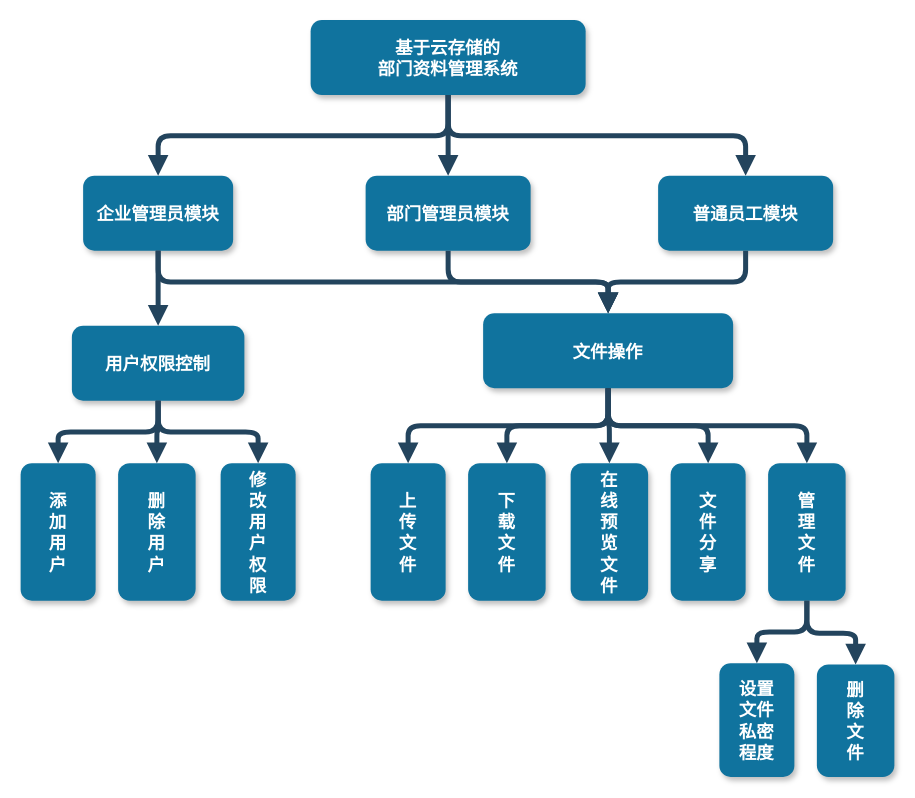
ppp-203/ppp-203 keeps this draw.io diagram as Untitled Diagram.drawio. Above is the earlier version. Source tidied: cells renumbered, new cells numbered last; positions are measured from the earlier drawing's top-left corner, leaving out a move shared by most shapes. Both pictures are drawn from the tidied source at 125%, with x=0, y=0 at pixel (20, 20).
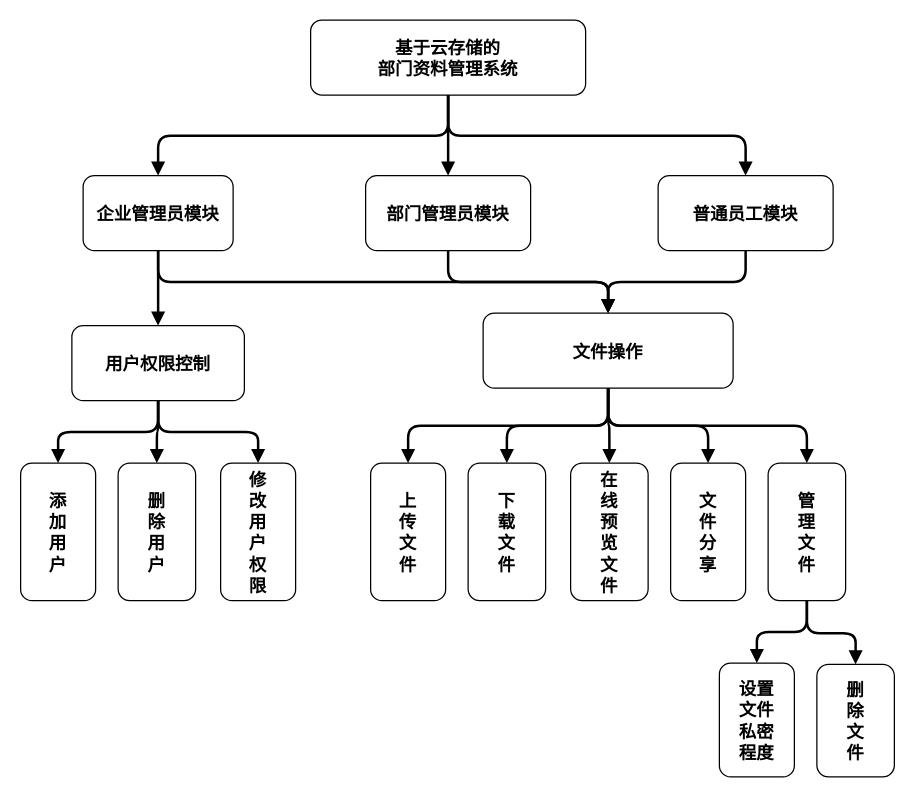
Above is the later version.

Change to the diagram source:
```diff
@@
+    <mxCell id="3" value="企业管理员模块" style="rounded=1;fillColor=#FFFFFF;strokeColor=#000000;shadow=0;gradientColor=none;fontStyle=1;fontColor=#000000;fontSize=14;" parent="1" vertex="1">
+      <mxGeometry x="50" y="124" width="120" height="60" as="geometry" />
+    </mxCell>
-    <mxCell id="2" value="基于云存储的&#10;部门资料管理系统" style="rounded=1;fillColor=#10739E;strokeColor=none;shadow=1;gradientColor=none;fontStyle=1;fontColor=#FFFFFF;fontSize=14;" parent="1" vertex="1">
+    <mxCell id="2" value="基于云存储的&#10;部门资料管理系统" style="rounded=1;fillColor=#FFFFFF;strokeColor=#000000;shadow=0;gradientColor=none;fontStyle=1;fontColor=#000000;fontSize=14;" parent="1" vertex="1">
       <mxGeometry x="232" y="-0.5" width="220" height="60" as="geometry" />
     </mxCell>
-    <mxCell id="3" value="企业管理员模块" style="rounded=1;fillColor=#10739E;strokeColor=none;shadow=1;gradientColor=none;fontStyle=1;fontColor=#FFFFFF;fontSize=14;" parent="1" vertex="1">
-      <mxGeometry x="50" y="124" width="120" height="60" as="geometry" />
-    </mxCell>
-    <mxCell id="4" value="部门管理员模块" style="rounded=1;fillColor=#10739E;strokeColor=none;shadow=1;gradientColor=none;fontStyle=1;fontColor=#FFFFFF;fontSize=14;" parent="1" vertex="1">
+    <mxCell id="4" value="部门管理员模块" style="rounded=1;fillColor=#FFFFFF;strokeColor=#000000;shadow=0;gradientColor=none;fontStyle=1;fontColor=#000000;fontSize=14;" parent="1" vertex="1">
       <mxGeometry x="276" y="124" width="132" height="60" as="geometry" />
     </mxCell>
-    <mxCell id="5" value="普通员工模块" style="rounded=1;fillColor=#10739E;strokeColor=none;shadow=1;gradientColor=none;fontStyle=1;fontColor=#FFFFFF;fontSize=14;" parent="1" vertex="1">
+    <mxCell id="5" value="普通员工模块" style="rounded=1;fillColor=#FFFFFF;strokeColor=#000000;shadow=0;gradientColor=none;fontStyle=1;fontColor=#000000;fontSize=14;" parent="1" vertex="1">
       <mxGeometry x="510" y="124" width="140" height="60" as="geometry" />
     </mxCell>
-    <mxCell id="6" value="用户权限控制" style="rounded=1;fillColor=#10739E;strokeColor=none;shadow=1;gradientColor=none;fontStyle=1;fontColor=#FFFFFF;fontSize=14;" parent="1" vertex="1">
+    <mxCell id="6" value="用户权限控制" style="rounded=1;fillColor=#FFFFFF;strokeColor=#000000;shadow=0;gradientColor=none;fontStyle=1;fontColor=#000000;fontSize=14;" parent="1" vertex="1">
       <mxGeometry x="41" y="244" width="138" height="60" as="geometry" />
     </mxCell>
-    <mxCell id="7" value="添&#10;加&#10;用&#10;户" style="rounded=1;fillColor=#10739E;strokeColor=none;shadow=1;gradientColor=none;fontStyle=1;fontColor=#FFFFFF;fontSize=14;" parent="1" vertex="1">
+    <mxCell id="7" value="添&#10;加&#10;用&#10;户" style="rounded=1;fillColor=#FFFFFF;strokeColor=#000000;shadow=0;gradientColor=none;fontStyle=1;fontColor=#000000;fontSize=14;" parent="1" vertex="1">
       <mxGeometry y="354" width="60" height="110" as="geometry" />
     </mxCell>
-    <mxCell id="8" value="删&#10;除&#10;用&#10;户" style="rounded=1;fillColor=#10739E;strokeColor=none;shadow=1;gradientColor=none;fontStyle=1;fontColor=#FFFFFF;fontSize=14;" parent="1" vertex="1">
+    <mxCell id="8" value="删&#10;除&#10;用&#10;户" style="rounded=1;fillColor=#FFFFFF;strokeColor=#000000;shadow=0;gradientColor=none;fontStyle=1;fontColor=#000000;fontSize=14;" parent="1" vertex="1">
       <mxGeometry x="78" y="354" width="62" height="110" as="geometry" />
     </mxCell>
-    <mxCell id="9" value="文件操作" style="rounded=1;fillColor=#10739E;strokeColor=none;shadow=1;gradientColor=none;fontStyle=1;fontColor=#FFFFFF;fontSize=14;" parent="1" vertex="1">
+    <mxCell id="9" value="文件操作" style="rounded=1;fillColor=#FFFFFF;strokeColor=#000000;shadow=0;gradientColor=none;fontStyle=1;fontColor=#000000;fontSize=14;" parent="1" vertex="1">
       <mxGeometry x="370" y="234" width="200" height="60" as="geometry" />
     </mxCell>
-    <mxCell id="10" style="edgeStyle=elbowEdgeStyle;elbow=vertical;strokeWidth=4;endArrow=block;endFill=1;fontStyle=1;strokeColor=#23445D;" parent="1" edge="1" source="2" target="4">
+    <mxCell id="10" style="edgeStyle=elbowEdgeStyle;elbow=vertical;strokeWidth=2;endArrow=block;endFill=1;fontStyle=1;strokeColor=#000000;shadow=0;fillColor=#FFFFFF;fontColor=#000000;" parent="1" edge="1" source="2" target="4">
       <mxGeometry x="22" y="165.5" as="geometry" />
     </mxCell>
-    <mxCell id="11" style="edgeStyle=elbowEdgeStyle;elbow=vertical;strokeWidth=4;endArrow=block;endFill=1;fontStyle=1;strokeColor=#23445D;" parent="1" edge="1" source="2" target="3">
+    <mxCell id="11" style="edgeStyle=elbowEdgeStyle;elbow=vertical;strokeWidth=2;endArrow=block;endFill=1;fontStyle=1;strokeColor=#000000;shadow=0;fillColor=#FFFFFF;fontColor=#000000;" parent="1" edge="1" source="2" target="3">
       <mxGeometry x="22" y="165.5" as="geometry" />
     </mxCell>
-    <mxCell id="12" style="edgeStyle=elbowEdgeStyle;elbow=vertical;strokeWidth=4;endArrow=block;endFill=1;fontStyle=1;strokeColor=#23445D;" parent="1" edge="1" source="2" target="5">
+    <mxCell id="12" style="edgeStyle=elbowEdgeStyle;elbow=vertical;strokeWidth=2;endArrow=block;endFill=1;fontStyle=1;strokeColor=#000000;shadow=0;fillColor=#FFFFFF;fontColor=#000000;" parent="1" edge="1" source="2" target="5">
       <mxGeometry x="22" y="165.5" as="geometry" />
     </mxCell>
-    <mxCell id="13" style="edgeStyle=elbowEdgeStyle;elbow=vertical;strokeWidth=4;endArrow=block;endFill=1;fontStyle=1;strokeColor=#23445D;exitX=0.5;exitY=1;exitDx=0;exitDy=0;entryX=0.5;entryY=0;entryDx=0;entryDy=0;" parent="1" edge="1" source="3" target="6">
+    <mxCell id="13" style="edgeStyle=elbowEdgeStyle;elbow=vertical;strokeWidth=2;endArrow=block;endFill=1;fontStyle=1;strokeColor=#000000;exitX=0.5;exitY=1;exitDx=0;exitDy=0;entryX=0.5;entryY=0;entryDx=0;entryDy=0;shadow=0;fillColor=#FFFFFF;fontColor=#000000;" parent="1" edge="1" source="3" target="6">
       <mxGeometry x="22" y="165.5" as="geometry">
         <Array as="points">
           <mxPoint x="80" y="204" />
         </Array>
       </mxGeometry>
     </mxCell>
-    <mxCell id="14" style="edgeStyle=elbowEdgeStyle;elbow=vertical;strokeWidth=4;endArrow=block;endFill=1;fontStyle=1;strokeColor=#23445D;" parent="1" edge="1" source="6" target="7">
+    <mxCell id="14" style="edgeStyle=elbowEdgeStyle;elbow=vertical;strokeWidth=2;endArrow=block;endFill=1;fontStyle=1;strokeColor=#000000;shadow=0;fillColor=#FFFFFF;fontColor=#000000;" parent="1" edge="1" source="6" target="7">
       <mxGeometry x="223" y="160" as="geometry" />
     </mxCell>
-    <mxCell id="15" style="edgeStyle=elbowEdgeStyle;elbow=vertical;strokeWidth=4;endArrow=block;endFill=1;fontStyle=1;strokeColor=#23445D;exitX=0.5;exitY=1;exitDx=0;exitDy=0;" parent="1" edge="1" source="6" target="8">
+    <mxCell id="15" style="edgeStyle=elbowEdgeStyle;elbow=vertical;strokeWidth=2;endArrow=block;endFill=1;fontStyle=1;strokeColor=#000000;exitX=0.5;exitY=1;exitDx=0;exitDy=0;shadow=0;fillColor=#FFFFFF;fontColor=#000000;" parent="1" edge="1" source="6" target="8">
       <mxGeometry x="223" y="170" as="geometry" />
     </mxCell>
-    <mxCell id="16" value="修&#10;改&#10;用&#10;户&#10;权&#10;限" style="rounded=1;fillColor=#10739E;strokeColor=none;shadow=1;gradientColor=none;fontStyle=1;fontColor=#FFFFFF;fontSize=14;" parent="1" vertex="1">
+    <mxCell id="16" value="修&#10;改&#10;用&#10;户&#10;权&#10;限" style="rounded=1;fillColor=#FFFFFF;strokeColor=#000000;shadow=0;gradientColor=none;fontStyle=1;fontColor=#000000;fontSize=14;" parent="1" vertex="1">
       <mxGeometry x="160" y="354" width="60" height="110" as="geometry" />
     </mxCell>
-    <mxCell id="17" style="edgeStyle=elbowEdgeStyle;elbow=vertical;strokeWidth=4;endArrow=block;endFill=1;fontStyle=1;strokeColor=#23445D;exitX=0.5;exitY=1;exitDx=0;exitDy=0;entryX=0.5;entryY=0;entryDx=0;entryDy=0;" parent="1" edge="1" source="6" target="16">
+    <mxCell id="17" style="edgeStyle=elbowEdgeStyle;elbow=vertical;strokeWidth=2;endArrow=block;endFill=1;fontStyle=1;strokeColor=#000000;exitX=0.5;exitY=1;exitDx=0;exitDy=0;entryX=0.5;entryY=0;entryDx=0;entryDy=0;shadow=0;fillColor=#FFFFFF;fontColor=#000000;" parent="1" edge="1" source="6" target="16">
       <mxGeometry x="233" y="180" as="geometry" />
     </mxCell>
-    <mxCell id="18" style="edgeStyle=elbowEdgeStyle;elbow=vertical;strokeWidth=4;endArrow=block;endFill=1;fontStyle=1;strokeColor=#23445D;exitX=0.5;exitY=1;exitDx=0;exitDy=0;entryX=0.5;entryY=0;entryDx=0;entryDy=0;" parent="1" edge="1" source="4" target="9">
+    <mxCell id="18" style="edgeStyle=elbowEdgeStyle;elbow=vertical;strokeWidth=2;endArrow=block;endFill=1;fontStyle=1;strokeColor=#000000;exitX=0.5;exitY=1;exitDx=0;exitDy=0;entryX=0.5;entryY=0;entryDx=0;entryDy=0;shadow=0;fillColor=#FFFFFF;fontColor=#000000;" parent="1" edge="1" source="4" target="9">
       <mxGeometry x="20" y="290" as="geometry" />
     </mxCell>
-    <mxCell id="19" value="上&#10;传&#10;文&#10;件" style="rounded=1;fillColor=#10739E;strokeColor=none;shadow=1;gradientColor=none;fontStyle=1;fontColor=#FFFFFF;fontSize=14;" parent="1" vertex="1">
+    <mxCell id="19" value="上&#10;传&#10;文&#10;件" style="rounded=1;fillColor=#FFFFFF;strokeColor=#000000;shadow=0;gradientColor=none;fontStyle=1;fontColor=#000000;fontSize=14;" parent="1" vertex="1">
       <mxGeometry x="280" y="354" width="60" height="110" as="geometry" />
     </mxCell>
-    <mxCell id="20" value="下&#10;载&#10;文&#10;件" style="rounded=1;fillColor=#10739E;strokeColor=none;shadow=1;gradientColor=none;fontStyle=1;fontColor=#FFFFFF;fontSize=14;" parent="1" vertex="1">
+    <mxCell id="20" value="下&#10;载&#10;文&#10;件" style="rounded=1;fillColor=#FFFFFF;strokeColor=#000000;shadow=0;gradientColor=none;fontStyle=1;fontColor=#000000;fontSize=14;" parent="1" vertex="1">
       <mxGeometry x="358" y="354" width="62" height="110" as="geometry" />
     </mxCell>
-    <mxCell id="21" style="edgeStyle=elbowEdgeStyle;elbow=vertical;strokeWidth=4;endArrow=block;endFill=1;fontStyle=1;strokeColor=#23445D;exitX=0.5;exitY=1;exitDx=0;exitDy=0;" parent="1" edge="1" source="9" target="19">
+    <mxCell id="21" style="edgeStyle=elbowEdgeStyle;elbow=vertical;strokeWidth=2;endArrow=block;endFill=1;fontStyle=1;strokeColor=#000000;exitX=0.5;exitY=1;exitDx=0;exitDy=0;shadow=0;fillColor=#FFFFFF;fontColor=#000000;" parent="1" edge="1" source="9" target="19">
       <mxGeometry x="472" y="170" as="geometry" />
     </mxCell>
-    <mxCell id="22" style="edgeStyle=elbowEdgeStyle;elbow=vertical;strokeWidth=4;endArrow=block;endFill=1;fontStyle=1;strokeColor=#23445D;exitX=0.5;exitY=1;exitDx=0;exitDy=0;" parent="1" edge="1" source="9" target="20">
+    <mxCell id="22" style="edgeStyle=elbowEdgeStyle;elbow=vertical;strokeWidth=2;endArrow=block;endFill=1;fontStyle=1;strokeColor=#000000;exitX=0.5;exitY=1;exitDx=0;exitDy=0;shadow=0;fillColor=#FFFFFF;fontColor=#000000;" parent="1" edge="1" source="9" target="20">
       <mxGeometry x="472" y="180" as="geometry" />
     </mxCell>
-    <mxCell id="23" value="在&#10;线&#10;预&#10;览&#10;文&#10;件" style="rounded=1;fillColor=#10739E;strokeColor=none;shadow=1;gradientColor=none;fontStyle=1;fontColor=#FFFFFF;fontSize=14;" parent="1" vertex="1">
+    <mxCell id="23" value="在&#10;线&#10;预&#10;览&#10;文&#10;件" style="rounded=1;fillColor=#FFFFFF;strokeColor=#000000;shadow=0;gradientColor=none;fontStyle=1;fontColor=#000000;fontSize=14;" parent="1" vertex="1">
       <mxGeometry x="440" y="354" width="62" height="110" as="geometry" />
     </mxCell>
-    <mxCell id="24" style="edgeStyle=elbowEdgeStyle;elbow=vertical;strokeWidth=4;endArrow=block;endFill=1;fontStyle=1;strokeColor=#23445D;exitX=0.5;exitY=1;exitDx=0;exitDy=0;entryX=0.5;entryY=0;entryDx=0;entryDy=0;" parent="1" edge="1" source="9" target="23">
+    <mxCell id="24" style="edgeStyle=elbowEdgeStyle;elbow=vertical;strokeWidth=2;endArrow=block;endFill=1;fontStyle=1;strokeColor=#000000;exitX=0.5;exitY=1;exitDx=0;exitDy=0;entryX=0.5;entryY=0;entryDx=0;entryDy=0;shadow=0;fillColor=#FFFFFF;fontColor=#000000;" parent="1" edge="1" source="9" target="23">
       <mxGeometry x="482" y="190" as="geometry" />
     </mxCell>
-    <mxCell id="25" value="文&#10;件&#10;分&#10;享" style="rounded=1;fillColor=#10739E;strokeColor=none;shadow=1;gradientColor=none;fontStyle=1;fontColor=#FFFFFF;fontSize=14;" parent="1" vertex="1">
+    <mxCell id="25" value="文&#10;件&#10;分&#10;享" style="rounded=1;fillColor=#FFFFFF;strokeColor=#000000;shadow=0;gradientColor=none;fontStyle=1;fontColor=#000000;fontSize=14;" parent="1" vertex="1">
       <mxGeometry x="520" y="354" width="60" height="110" as="geometry" />
     </mxCell>
-    <mxCell id="26" value="管&#10;理&#10;文&#10;件" style="rounded=1;fillColor=#10739E;strokeColor=none;shadow=1;gradientColor=none;fontStyle=1;fontColor=#FFFFFF;fontSize=14;" parent="1" vertex="1">
+    <mxCell id="26" value="管&#10;理&#10;文&#10;件" style="rounded=1;fillColor=#FFFFFF;strokeColor=#000000;shadow=0;gradientColor=none;fontStyle=1;fontColor=#000000;fontSize=14;" parent="1" vertex="1">
       <mxGeometry x="598" y="354" width="62" height="110" as="geometry" />
     </mxCell>
-    <mxCell id="27" style="edgeStyle=elbowEdgeStyle;elbow=vertical;strokeWidth=4;endArrow=block;endFill=1;fontStyle=1;strokeColor=#23445D;exitX=0.5;exitY=1;exitDx=0;exitDy=0;" parent="1" edge="1" source="9" target="25">
+    <mxCell id="27" style="edgeStyle=elbowEdgeStyle;elbow=vertical;strokeWidth=2;endArrow=block;endFill=1;fontStyle=1;strokeColor=#000000;exitX=0.5;exitY=1;exitDx=0;exitDy=0;shadow=0;fillColor=#FFFFFF;fontColor=#000000;" parent="1" edge="1" source="9" target="25">
       <mxGeometry x="712" y="170" as="geometry" />
     </mxCell>
-    <mxCell id="28" style="edgeStyle=elbowEdgeStyle;elbow=vertical;strokeWidth=4;endArrow=block;endFill=1;fontStyle=1;strokeColor=#23445D;exitX=0.5;exitY=1;exitDx=0;exitDy=0;" parent="1" edge="1" source="9" target="26">
+    <mxCell id="28" style="edgeStyle=elbowEdgeStyle;elbow=vertical;strokeWidth=2;endArrow=block;endFill=1;fontStyle=1;strokeColor=#000000;exitX=0.5;exitY=1;exitDx=0;exitDy=0;shadow=0;fillColor=#FFFFFF;fontColor=#000000;" parent="1" edge="1" source="9" target="26">
       <mxGeometry x="712" y="180" as="geometry" />
     </mxCell>
-    <mxCell id="29" style="edgeStyle=elbowEdgeStyle;elbow=vertical;strokeWidth=4;endArrow=block;endFill=1;fontStyle=1;strokeColor=#23445D;exitX=0.5;exitY=1;exitDx=0;exitDy=0;entryX=0.5;entryY=0;entryDx=0;entryDy=0;" parent="1" edge="1" source="3" target="9">
+    <mxCell id="29" style="edgeStyle=elbowEdgeStyle;elbow=vertical;strokeWidth=2;endArrow=block;endFill=1;fontStyle=1;strokeColor=#000000;exitX=0.5;exitY=1;exitDx=0;exitDy=0;entryX=0.5;entryY=0;entryDx=0;entryDy=0;shadow=0;fillColor=#FFFFFF;fontColor=#000000;" parent="1" edge="1" source="3" target="9">
       <mxGeometry x="30" y="300" as="geometry" />
     </mxCell>
-    <mxCell id="30" style="edgeStyle=elbowEdgeStyle;elbow=vertical;strokeWidth=4;endArrow=block;endFill=1;fontStyle=1;strokeColor=#23445D;exitX=0.5;exitY=1;exitDx=0;exitDy=0;entryX=0.5;entryY=0;entryDx=0;entryDy=0;" parent="1" edge="1" source="5" target="9">
+    <mxCell id="30" style="edgeStyle=elbowEdgeStyle;elbow=vertical;strokeWidth=2;endArrow=block;endFill=1;fontStyle=1;strokeColor=#000000;exitX=0.5;exitY=1;exitDx=0;exitDy=0;entryX=0.5;entryY=0;entryDx=0;entryDy=0;shadow=0;fillColor=#FFFFFF;fontColor=#000000;" parent="1" edge="1" source="5" target="9">
       <mxGeometry x="40" y="310" as="geometry" />
     </mxCell>
-    <mxCell id="31" value="设置&#10;文件&#10;私密&#10;程度" style="rounded=1;fillColor=#10739E;strokeColor=none;shadow=1;gradientColor=none;fontStyle=1;fontColor=#FFFFFF;fontSize=14;" parent="1" vertex="1">
+    <mxCell id="31" value="设置&#10;文件&#10;私密&#10;程度" style="rounded=1;fillColor=#FFFFFF;strokeColor=#000000;shadow=0;gradientColor=none;fontStyle=1;fontColor=#000000;fontSize=14;" parent="1" vertex="1">
       <mxGeometry x="559" y="514" width="60" height="91" as="geometry" />
     </mxCell>
-    <mxCell id="32" value="删&#10;除&#10;文&#10;件" style="rounded=1;fillColor=#10739E;strokeColor=none;shadow=1;gradientColor=none;fontStyle=1;fontColor=#FFFFFF;fontSize=14;" parent="1" vertex="1">
+    <mxCell id="32" value="删&#10;除&#10;文&#10;件" style="rounded=1;fillColor=#FFFFFF;strokeColor=#000000;shadow=0;gradientColor=none;fontStyle=1;fontColor=#000000;fontSize=14;" parent="1" vertex="1">
       <mxGeometry x="637" y="515" width="62" height="90" as="geometry" />
     </mxCell>
-    <mxCell id="33" style="edgeStyle=elbowEdgeStyle;elbow=vertical;strokeWidth=4;endArrow=block;endFill=1;fontStyle=1;strokeColor=#23445D;exitX=0.5;exitY=1;exitDx=0;exitDy=0;" parent="1" edge="1" source="26" target="31">
+    <mxCell id="33" style="edgeStyle=elbowEdgeStyle;elbow=vertical;strokeWidth=2;endArrow=block;endFill=1;fontStyle=1;strokeColor=#000000;exitX=0.5;exitY=1;exitDx=0;exitDy=0;shadow=0;fillColor=#FFFFFF;fontColor=#000000;" parent="1" edge="1" source="26" target="31">
       <mxGeometry x="743" y="370" as="geometry" />
     </mxCell>
-    <mxCell id="34" style="edgeStyle=elbowEdgeStyle;elbow=vertical;strokeWidth=4;endArrow=block;endFill=1;fontStyle=1;strokeColor=#23445D;exitX=0.5;exitY=1;exitDx=0;exitDy=0;" parent="1" edge="1" source="26" target="32">
+    <mxCell id="34" style="edgeStyle=elbowEdgeStyle;elbow=vertical;strokeWidth=2;endArrow=block;endFill=1;fontStyle=1;strokeColor=#000000;exitX=0.5;exitY=1;exitDx=0;exitDy=0;shadow=0;fillColor=#FFFFFF;fontColor=#000000;" parent="1" edge="1" source="26" target="32">
       <mxGeometry x="743" y="380" as="geometry" />
     </mxCell>
```
